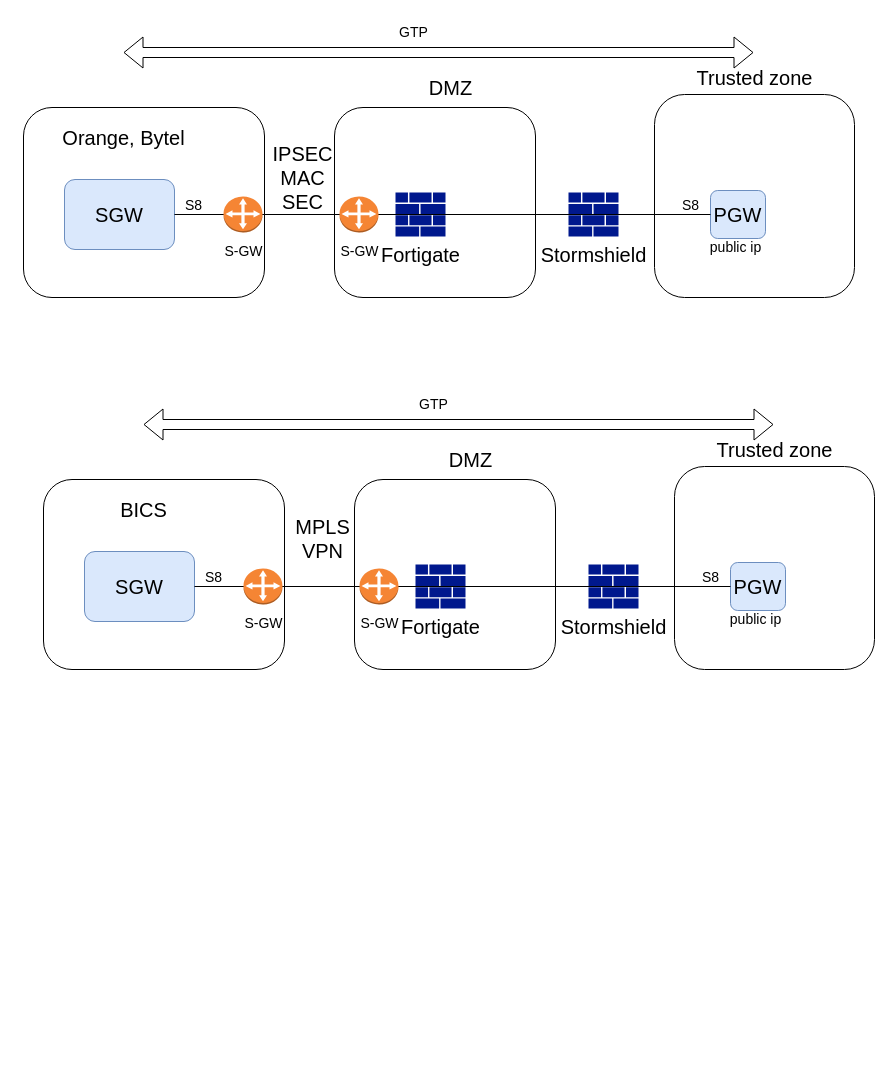
The draw.io diagram page "Page-2" (2 of 3) of use_cases_sec.drawio in h4kdev/diagrams, before the edit. Source tidied: cells renumbered, new cells numbered last; positions are measured from the earlier drawing's top-left corner, leaving out a move shared by most shapes. Both pictures are drawn from the tidied source at 100%, with x=0, y=0 at pixel (23, 17).
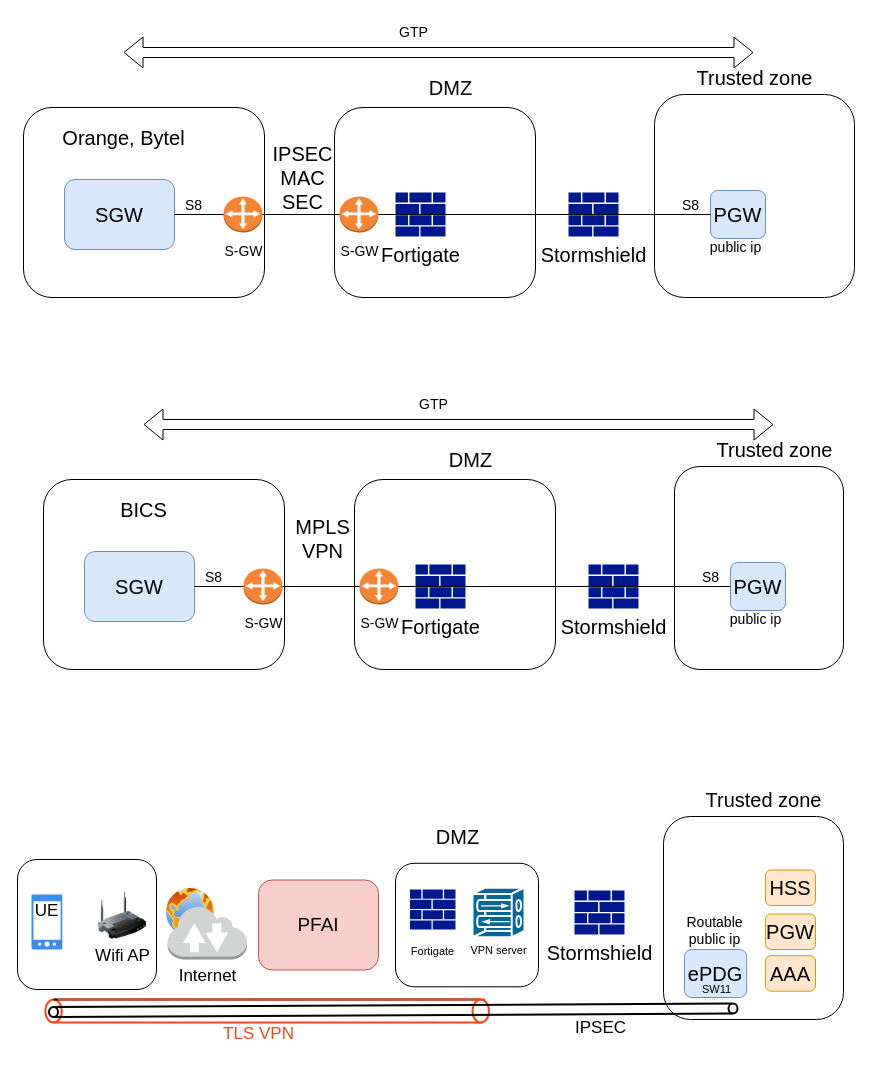
The same diagram, later.

Diff of the diagram source:
```diff
@@
+    <mxCell id="40" style="rounded=1;whiteSpace=wrap;html=1;fontSize=19;" parent="1" vertex="1">
+      <mxGeometry x="-6" y="842" width="139" height="130" as="geometry" />
+    </mxCell>
@@
     <mxCell id="28" style="rounded=1;whiteSpace=wrap;html=1;fontSize=19;" parent="1" vertex="1">
-      <mxGeometry x="651" y="449" width="200" height="203" as="geometry" />
+      <mxGeometry x="651" y="449" width="169" height="203" as="geometry" />
     </mxCell>
@@
+    <mxCell id="41" style="rounded=1;whiteSpace=wrap;html=1;fontSize=19;" parent="1" vertex="1">
+      <mxGeometry x="372" y="845.8" width="143" height="123.5" as="geometry" />
+    </mxCell>
+    <mxCell id="42" value="DMZ" style="text;html=1;align=center;verticalAlign=middle;strokeColor=none;fillColor=none;fontSize=20;" parent="1" vertex="1">
+      <mxGeometry x="398.5" y="799" width="70" height="40" as="geometry" />
+    </mxCell>
+    <mxCell id="43" value="&lt;font style=&quot;font-size: 11px;&quot;&gt;Fortigate&lt;/font&gt;" style="sketch=0;shadow=0;dashed=0;html=1;strokeColor=none;labelPosition=center;verticalLabelPosition=bottom;verticalAlign=top;align=center;fillColor=#00188D;shape=mxgraph.mscae.enterprise.firewall;fontSize=20;" parent="1" vertex="1">
+      <mxGeometry x="386.5" y="872" width="45.5" height="40" as="geometry" />
+    </mxCell>
+    <mxCell id="44" value="Stormshield" style="sketch=0;shadow=0;dashed=0;html=1;strokeColor=none;labelPosition=center;verticalLabelPosition=bottom;verticalAlign=top;align=center;fillColor=#00188D;shape=mxgraph.mscae.enterprise.firewall;fontSize=20;" parent="1" vertex="1">
+      <mxGeometry x="551" y="873" width="50" height="44" as="geometry" />
+    </mxCell>
+    <mxCell id="45" style="rounded=1;whiteSpace=wrap;html=1;fontSize=19;" parent="1" vertex="1">
+      <mxGeometry x="640" y="799" width="180" height="203" as="geometry" />
+    </mxCell>
+    <mxCell id="46" value="Trusted zone" style="text;html=1;align=center;verticalAlign=middle;strokeColor=none;fillColor=none;fontSize=20;" parent="1" vertex="1">
+      <mxGeometry x="670" y="762" width="140" height="40" as="geometry" />
+    </mxCell>
+    <mxCell id="47" value="ePDG" style="rounded=1;whiteSpace=wrap;html=1;fontSize=20;fillColor=#dae8fc;strokeColor=#6c8ebf;" parent="1" vertex="1">
+      <mxGeometry x="661" y="932" width="62.2" height="48" as="geometry" />
+    </mxCell>
+    <mxCell id="48" value="&lt;font style=&quot;font-size: 11px;&quot;&gt;SW11&lt;/font&gt;" style="text;html=1;align=center;verticalAlign=middle;strokeColor=none;fillColor=none;fontSize=14;" parent="1" vertex="1">
+      <mxGeometry x="668.2" y="956" width="50" height="30" as="geometry" />
+    </mxCell>
+    <mxCell id="49" value="Routable &lt;br&gt;public ip" style="text;html=1;align=center;verticalAlign=middle;strokeColor=none;fillColor=none;fontSize=14;" parent="1" vertex="1">
+      <mxGeometry x="651" y="888" width="80" height="50" as="geometry" />
+    </mxCell>
+    <mxCell id="50" value="Wifi AP" style="image;html=1;image=img/lib/clip_art/networking/Wireless_Router_128x128.png;fontSize=17;" parent="1" vertex="1">
+      <mxGeometry x="71.5" y="875" width="55" height="47" as="geometry" />
+    </mxCell>
+    <mxCell id="51" value="UE" style="sketch=0;html=1;strokeColor=none;shadow=0;align=center;verticalAlign=top;fillColor=#3B8DF1;shape=mxgraph.gcp2.phone_android;fontSize=17;" parent="1" vertex="1">
+      <mxGeometry x="8" y="877" width="30.8" height="55" as="geometry" />
+    </mxCell>
+    <mxCell id="52" style="perimeter=ellipsePerimeter;html=1;align=center;shadow=0;dashed=0;spacingTop=3;image;image=img/lib/active_directory/internet_globe.svg;fontSize=17;" parent="1" vertex="1">
+      <mxGeometry x="140" y="868" width="54" height="54" as="geometry" />
+    </mxCell>
+    <mxCell id="53" value="Internet" style="dashed=0;verticalLabelPosition=bottom;verticalAlign=top;align=center;html=1;shape=mxgraph.aws3.internet_2;fillColor=#D2D3D3;gradientColor=none;fontSize=17;" parent="1" vertex="1">
+      <mxGeometry x="144" y="888" width="79.5" height="54" as="geometry" />
+    </mxCell>
+    <mxCell id="54" value="PFAI" style="rounded=1;whiteSpace=wrap;html=1;fontSize=19;fillColor=#f8cecc;strokeColor=#b85450;" parent="1" vertex="1">
+      <mxGeometry x="235" y="862.5" width="120" height="90" as="geometry" />
+    </mxCell>
+    <mxCell id="55" value="AAA" style="rounded=1;whiteSpace=wrap;html=1;fontSize=20;fillColor=#ffe6cc;strokeColor=#d79b00;" parent="1" vertex="1">
+      <mxGeometry x="742" y="938.2" width="50" height="35.5" as="geometry" />
+    </mxCell>
+    <mxCell id="56" value="PGW" style="rounded=1;whiteSpace=wrap;html=1;fontSize=20;fillColor=#ffe6cc;strokeColor=#d79b00;" parent="1" vertex="1">
+      <mxGeometry x="742" y="896.5" width="50" height="35.5" as="geometry" />
+    </mxCell>
+    <mxCell id="57" value="HSS" style="rounded=1;whiteSpace=wrap;html=1;fontSize=20;fillColor=#ffe6cc;strokeColor=#d79b00;" parent="1" vertex="1">
+      <mxGeometry x="742" y="852.5" width="50" height="35.5" as="geometry" />
+    </mxCell>
+    <mxCell id="58" style="ellipse;whiteSpace=wrap;html=1;fontSize=17;strokeWidth=2;" parent="1" vertex="1">
+      <mxGeometry x="705" y="986" width="9" height="10" as="geometry" />
+    </mxCell>
+    <mxCell id="59" value="&lt;font color=&quot;#ff4517&quot;&gt;TLS VPN&lt;/font&gt;" style="text;html=1;align=center;verticalAlign=middle;strokeColor=none;fillColor=none;fontSize=17;" parent="1" vertex="1">
+      <mxGeometry x="190" y="1002" width="90" height="30" as="geometry" />
+    </mxCell>
+    <mxCell id="60" value="IPSEC" style="text;html=1;align=center;verticalAlign=middle;strokeColor=none;fillColor=none;fontSize=17;" parent="1" vertex="1">
+      <mxGeometry x="542" y="996" width="70" height="30" as="geometry" />
+    </mxCell>
+    <mxCell id="61" style="ellipse;whiteSpace=wrap;html=1;fontSize=17;strokeWidth=2;strokeColor=#FF4517;" parent="1" vertex="1">
+      <mxGeometry x="21.8" y="982" width="16.5" height="23" as="geometry" />
+    </mxCell>
+    <mxCell id="62" style="endArrow=none;html=1;rounded=0;fontSize=17;entryX=0.5;entryY=0;entryDx=0;entryDy=0;exitX=0.5;exitY=0;exitDx=0;exitDy=0;strokeWidth=2;" parent="1" edge="1" source="61" target="63">
+      <mxGeometry relative="1" as="geometry" />
+    </mxCell>
+    <mxCell id="63" style="ellipse;whiteSpace=wrap;html=1;fontSize=17;strokeWidth=2;strokeColor=#FF4517;" parent="1" vertex="1">
+      <mxGeometry x="449" y="982" width="16.5" height="23" as="geometry" />
+    </mxCell>
+    <mxCell id="64" style="endArrow=none;html=1;rounded=0;fontSize=17;strokeWidth=2;strokeColor=#FF4517;" parent="1" edge="1">
+      <mxGeometry relative="1" as="geometry">
+        <mxPoint x="29.5" y="1005" as="sourcePoint" />
+        <mxPoint x="459.5" y="1005" as="targetPoint" />
+      </mxGeometry>
+    </mxCell>
+    <mxCell id="65" style="ellipse;whiteSpace=wrap;html=1;fontSize=17;strokeWidth=2;" parent="1" vertex="1">
+      <mxGeometry x="25.5" y="989.5" width="9" height="10" as="geometry" />
+    </mxCell>
+    <mxCell id="66" style="endArrow=none;html=1;rounded=0;fontSize=17;entryX=0.389;entryY=0.951;entryDx=0;entryDy=0;entryPerimeter=0;strokeWidth=2;" parent="1" edge="1">
+      <mxGeometry relative="1" as="geometry">
+        <mxPoint x="30.5" y="999.5" as="sourcePoint" />
+        <mxPoint x="709" y="996.1" as="targetPoint" />
+      </mxGeometry>
+    </mxCell>
+    <mxCell id="67" style="endArrow=none;html=1;rounded=0;fontSize=17;entryX=0.389;entryY=0.951;entryDx=0;entryDy=0;entryPerimeter=0;strokeWidth=2;" parent="1" edge="1">
+      <mxGeometry relative="1" as="geometry">
+        <mxPoint x="29.5" y="989.5" as="sourcePoint" />
+        <mxPoint x="708" y="986.1" as="targetPoint" />
+      </mxGeometry>
+    </mxCell>
+    <mxCell id="68" style="endArrow=none;html=1;rounded=0;fontSize=17;entryX=0.5;entryY=0;entryDx=0;entryDy=0;exitX=0.5;exitY=0;exitDx=0;exitDy=0;strokeWidth=2;strokeColor=#FF4517;" parent="1" edge="1">
+      <mxGeometry relative="1" as="geometry">
+        <mxPoint x="34.2" y="982" as="sourcePoint" />
+        <mxPoint x="461.5" y="982" as="targetPoint" />
+      </mxGeometry>
+    </mxCell>
+    <mxCell id="69" value="&lt;font color=&quot;#000000&quot;&gt;VPN server&lt;/font&gt;" style="shape=mxgraph.cisco.misc.vpn_concentrator;html=1;dashed=0;fillColor=#036897;strokeColor=#ffffff;strokeWidth=2;verticalLabelPosition=bottom;verticalAlign=top;align=center;fontSize=11;fontColor=#FF4517;" parent="1" vertex="1">
+      <mxGeometry x="449" y="870.2" width="52" height="49.5" as="geometry" />
+    </mxCell>
```
